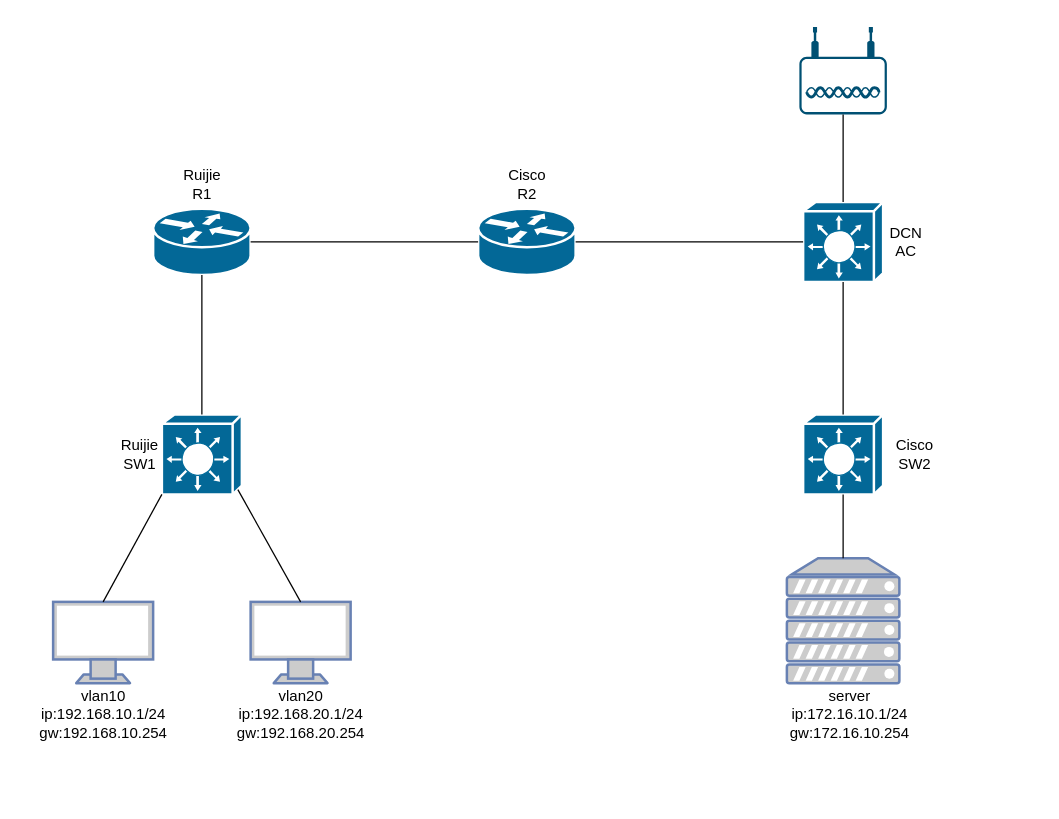
The draw.io diagram Network/top2.drawio in Naruterador/Networkt_topology, before the edit. Source tidied: cells renumbered, new cells numbered last; positions are measured from the earlier drawing's top-left corner, leaving out a move shared by most shapes. Both pictures are drawn from the tidied source at 125%, with x=0, y=0 at pixel (21, 26).
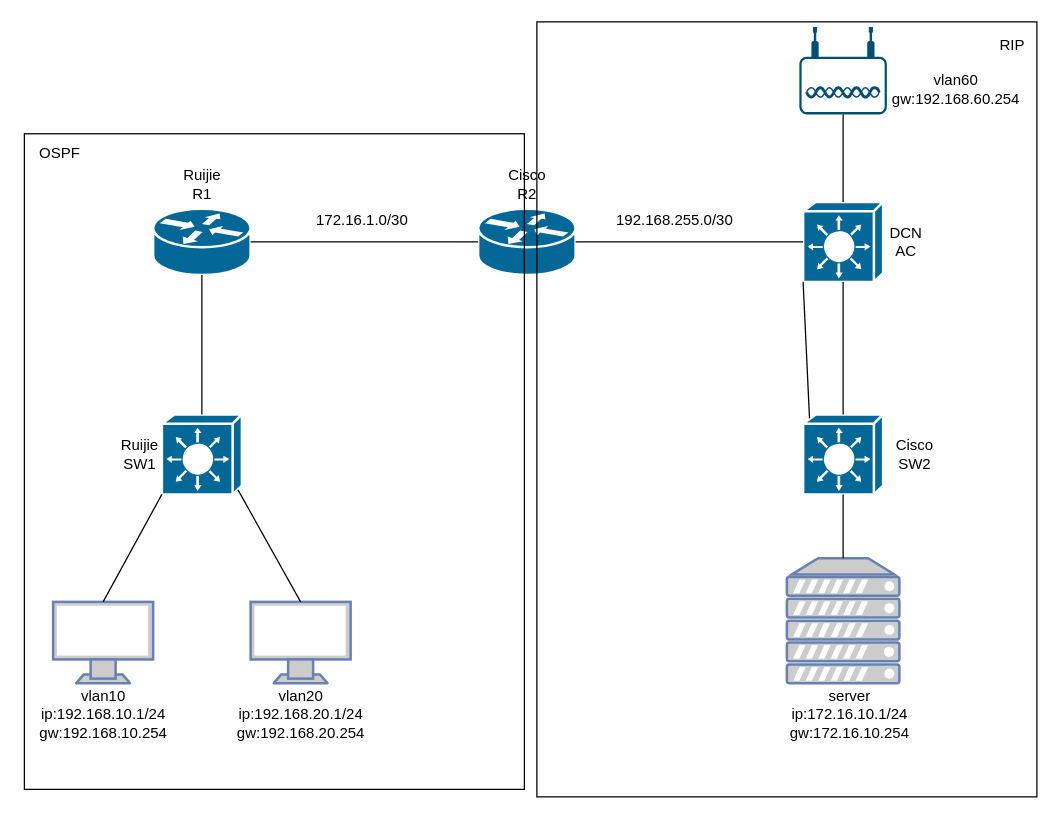
The same page after the edit.

Unchanged cells that the change refers to:
```xml
<mxCell id="4" style="shape=mxgraph.cisco.switches.layer_3_switch;sketch=0;html=1;dashed=0;fillColor=#036897;strokeColor=#ffffff;strokeWidth=2;verticalLabelPosition=bottom;verticalAlign=top;align=center;outlineConnect=0;" parent="1" vertex="1">
  <mxGeometry x="625" y="310" width="64" height="64" as="geometry" />
</mxCell>
<mxCell id="5" style="shape=mxgraph.cisco.switches.layer_3_switch;sketch=0;html=1;dashed=0;fillColor=#036897;strokeColor=#ffffff;strokeWidth=2;verticalLabelPosition=bottom;verticalAlign=top;align=center;outlineConnect=0;" parent="1" vertex="1">
  <mxGeometry x="625" y="140" width="64" height="64" as="geometry" />
</mxCell>
```

What changed in the source:
```diff
@@
-    <mxCell id="13" style="endArrow=none;html=1;rounded=0;entryX=0.5;entryY=1;entryDx=0;entryDy=0;entryPerimeter=0;exitX=0.5;exitY=0;exitDx=0;exitDy=0;exitPerimeter=0;" parent="1" edge="1" source="4" target="5">
+    <mxCell id="13" style="endArrow=none;html=1;rounded=0;entryX=0;entryY=1;entryDx=0;entryDy=0;entryPerimeter=0;exitX=0.08;exitY=0.05;exitDx=0;exitDy=0;exitPerimeter=0;" parent="1" edge="1" source="4" target="5">
       <mxGeometry relative="1" as="geometry" />
     </mxCell>
@@
+    <mxCell id="27" value="172.16.1.0/30" style="text;html=1;align=center;verticalAlign=middle;strokeColor=none;fillColor=none;" parent="1" vertex="1">
+      <mxGeometry x="222" y="140" width="100" height="30" as="geometry" />
+    </mxCell>
+    <mxCell id="28" value="192.168.255.0/30" style="text;html=1;align=center;verticalAlign=middle;strokeColor=none;fillColor=none;" parent="1" vertex="1">
+      <mxGeometry x="462" y="140" width="120" height="30" as="geometry" />
+    </mxCell>
+    <mxCell id="29" value="vlan60&lt;br&gt;gw:192.168.60.254" style="text;html=1;align=center;verticalAlign=middle;strokeColor=none;fillColor=none;" parent="1" vertex="1">
+      <mxGeometry x="682" y="30" width="130" height="40" as="geometry" />
+    </mxCell>
+    <mxCell id="30" style="rounded=0;whiteSpace=wrap;html=1;fillColor=none;" parent="1" vertex="1">
+      <mxGeometry x="2" y="85.5" width="400" height="524.5" as="geometry" />
+    </mxCell>
+    <mxCell id="31" style="rounded=0;whiteSpace=wrap;html=1;fillColor=none;" parent="1" vertex="1">
+      <mxGeometry x="412" y="-4" width="400" height="620" as="geometry" />
+    </mxCell>
+    <mxCell id="32" value="OSPF" style="text;html=1;align=center;verticalAlign=middle;strokeColor=none;fillColor=none;" parent="1" vertex="1">
+      <mxGeometry y="85.5" width="60" height="30" as="geometry" />
+    </mxCell>
+    <mxCell id="33" value="RIP" style="text;html=1;align=center;verticalAlign=middle;strokeColor=none;fillColor=none;" parent="1" vertex="1">
+      <mxGeometry x="772" width="40" height="30" as="geometry" />
+    </mxCell>
+    <mxCell id="34" style="endArrow=none;html=1;rounded=0;entryX=0.5;entryY=1;entryDx=0;entryDy=0;entryPerimeter=0;exitX=0.5;exitY=0;exitDx=0;exitDy=0;exitPerimeter=0;" parent="1" edge="1" source="4" target="5">
+      <mxGeometry relative="1" as="geometry" />
+    </mxCell>
```
